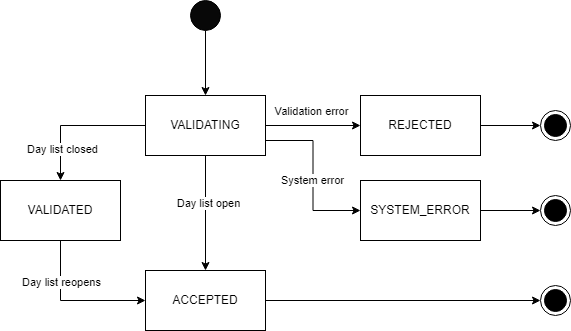
Above: app/assets/images/ApplicationInformation_State_diagram.png in LandRegistry/create-web-services-using-hmlr-apis (draw.io), before the change. Source tidied: cells renumbered, new cells last; positions are measured from the earlier drawing's top-left corner, leaving out a move shared by most shapes.
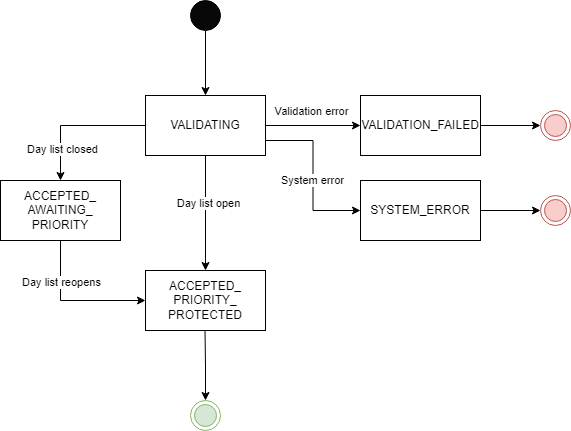
Above is the later version.

Diff of the diagram source:
```diff
@@ -37,19 +37,22 @@
     <mxCell id="12" value="VALIDATING" style="whiteSpace=wrap;html=1;fillColor=#FFFFFF;" parent="1" vertex="1">
       <mxGeometry x="145" y="95" width="120" height="60" as="geometry" />
     </mxCell>
-    <mxCell id="13" style="ellipse;html=1;shape=endState;fillColor=strokeColor;" parent="1" vertex="1">
+    <mxCell id="13" style="ellipse;html=1;shape=endState;fillColor=#f8cecc;strokeColor=#b85450;" parent="1" vertex="1">
       <mxGeometry x="540" y="110" width="30" height="30" as="geometry" />
     </mxCell>
     <mxCell id="14" style="edgeStyle=orthogonalEdgeStyle;rounded=0;jettySize=auto;html=1;exitX=1;exitY=0.5;exitDx=0;exitDy=0;entryX=0;entryY=0.5;entryDx=0;entryDy=0;" parent="1" edge="1" source="15" target="13">
       <mxGeometry relative="1" as="geometry" />
     </mxCell>
-    <mxCell id="15" value="REJECTED" style="whiteSpace=wrap;html=1;fillColor=#FFFFFF;" parent="1" vertex="1">
+    <mxCell id="15" value="VALIDATION_FAILED" style="whiteSpace=wrap;html=1;fillColor=#FFFFFF;" parent="1" vertex="1">
       <mxGeometry x="360" y="95" width="120" height="60" as="geometry" />
     </mxCell>
-    <mxCell id="16" style="edgeStyle=orthogonalEdgeStyle;rounded=0;jettySize=auto;html=1;exitX=1;exitY=0.5;exitDx=0;exitDy=0;entryX=0;entryY=0.5;entryDx=0;entryDy=0;" parent="1" edge="1" source="17" target="24">
-      <mxGeometry relative="1" as="geometry" />
+    <mxCell id="16" style="edgeStyle=orthogonalEdgeStyle;rounded=0;orthogonalLoop=1;jettySize=auto;html=1;exitX=0.5;exitY=1;exitDx=0;exitDy=0;" parent="1" edge="1">
+      <mxGeometry relative="1" as="geometry">
+        <mxPoint x="204.5" y="330" as="sourcePoint" />
+        <mxPoint x="205" y="400" as="targetPoint" />
+      </mxGeometry>
     </mxCell>
-    <mxCell id="17" value="ACCEPTED" style="whiteSpace=wrap;html=1;fillColor=#FFFFFF;" parent="1" vertex="1">
+    <mxCell id="17" value="ACCEPTED_&lt;br&gt;PRIORITY_&lt;br&gt;PROTECTED" style="whiteSpace=wrap;html=1;fillColor=#FFFFFF;" parent="1" vertex="1">
       <mxGeometry x="145" y="270" width="120" height="60" as="geometry" />
     </mxCell>
     <mxCell id="18" style="edgeStyle=orthogonalEdgeStyle;rounded=0;jettySize=auto;html=1;exitX=0.5;exitY=1;exitDx=0;exitDy=0;entryX=0;entryY=0.5;entryDx=0;entryDy=0;" parent="1" edge="1" source="20" target="17">
@@ -58,7 +61,7 @@
     <mxCell id="19" value="Day list reopens" style="edgeLabel;html=1;align=center;verticalAlign=middle;" parent="18" vertex="1">
       <mxGeometry x="-0.43" relative="1" as="geometry" />
     </mxCell>
-    <mxCell id="20" value="VALIDATED" style="whiteSpace=wrap;html=1;fillColor=#FFFFFF;" parent="1" vertex="1">
+    <mxCell id="20" value="ACCEPTED_&lt;br&gt;AWAITING_&lt;br&gt;PRIORITY" style="whiteSpace=wrap;html=1;fillColor=#FFFFFF;" parent="1" vertex="1">
       <mxGeometry y="180" width="120" height="60" as="geometry" />
     </mxCell>
     <mxCell id="21" style="edgeStyle=orthogonalEdgeStyle;rounded=0;jettySize=auto;html=1;exitX=1;exitY=0.5;exitDx=0;exitDy=0;entryX=0;entryY=0.5;entryDx=0;entryDy=0;" parent="1" edge="1" source="22" target="23">
@@ -67,11 +70,11 @@
     <mxCell id="22" value="SYSTEM_ERROR" style="whiteSpace=wrap;html=1;fillColor=#FFFFFF;" parent="1" vertex="1">
       <mxGeometry x="360" y="180" width="120" height="60" as="geometry" />
     </mxCell>
-    <mxCell id="23" style="ellipse;html=1;shape=endState;fillColor=strokeColor;" parent="1" vertex="1">
+    <mxCell id="23" style="ellipse;html=1;shape=endState;fillColor=#f8cecc;strokeColor=#b85450;" parent="1" vertex="1">
       <mxGeometry x="540" y="195" width="30" height="30" as="geometry" />
     </mxCell>
-    <mxCell id="24" style="ellipse;html=1;shape=endState;fillColor=strokeColor;" parent="1" vertex="1">
-      <mxGeometry x="540" y="285" width="30" height="30" as="geometry" />
+    <mxCell id="24" style="ellipse;html=1;shape=endState;fillColor=#d5e8d4;strokeColor=#82b366;" parent="1" vertex="1">
+      <mxGeometry x="190" y="400" width="30" height="30" as="geometry" />
     </mxCell>
   </root>
 </mxGraphModel>
```
